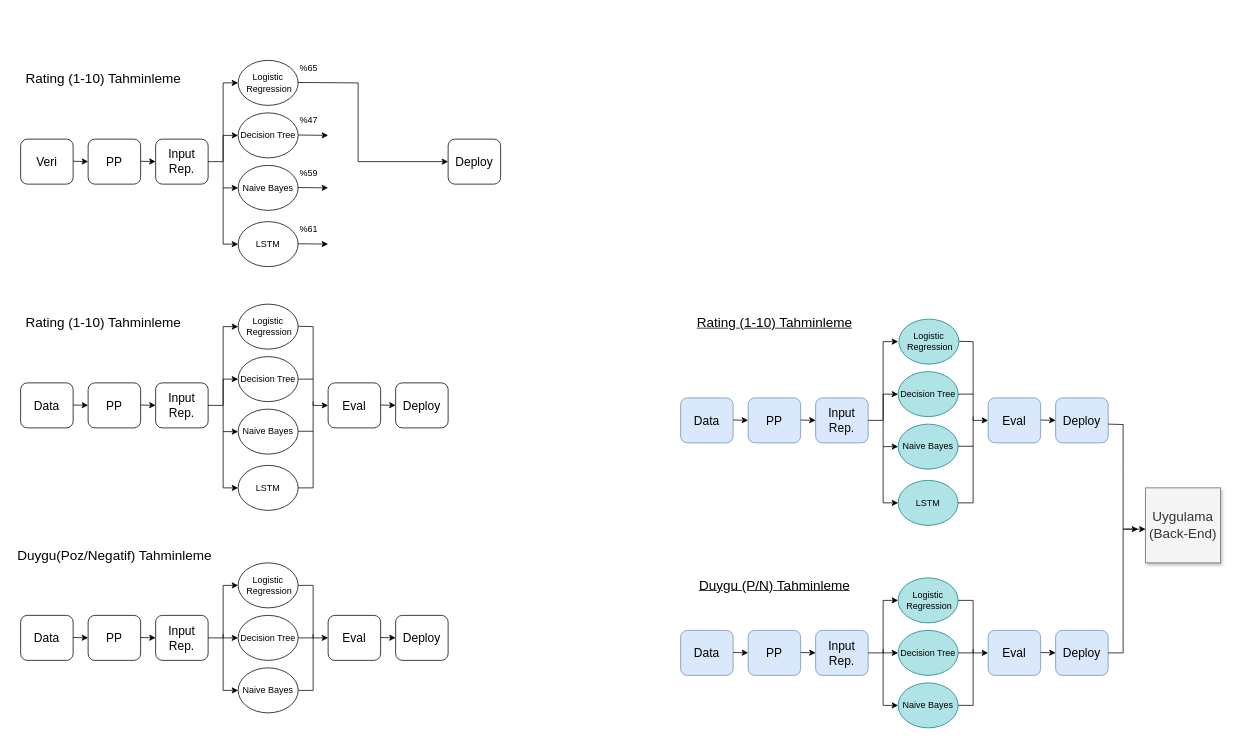
This is gradProjectProcesses.drawio from EgehanEralp/diagrams, a draw.io file, before an edit. Source tidied: cells renumbered, new cells numbered last; positions are measured from the earlier drawing's top-left corner, leaving out a move shared by most shapes. Both pictures are drawn from the tidied source at 75%, with x=0, y=0 at pixel (13, 60).
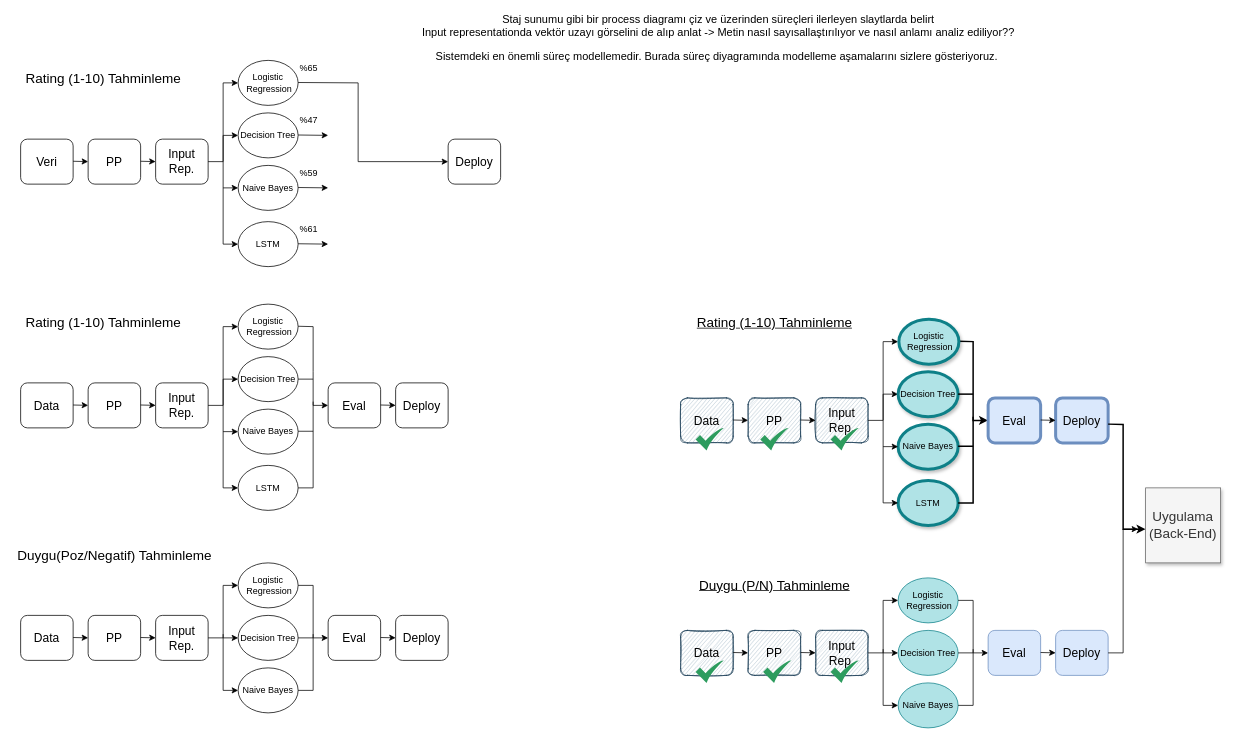
Above is the later version.

What changed in the source:
```diff
@@
-    <mxCell id="64" value="&lt;font size=&quot;3&quot;&gt;Data&lt;/font&gt;" style="rounded=1;whiteSpace=wrap;html=1;fillColor=#dae8fc;strokeColor=#6c8ebf;" parent="1" vertex="1">
+    <mxCell id="64" value="&lt;font size=&quot;3&quot;&gt;Data&lt;/font&gt;" style="rounded=1;whiteSpace=wrap;html=1;fillColor=#bac8d3;sketch=1;strokeColor=#23445d;" parent="1" vertex="1">
       <mxGeometry x="890" y="450" width="70" height="60" as="geometry" />
     </mxCell>
-    <mxCell id="65" value="&lt;font size=&quot;3&quot;&gt;PP&lt;/font&gt;" style="rounded=1;whiteSpace=wrap;html=1;fillColor=#dae8fc;strokeColor=#6c8ebf;" parent="1" vertex="1">
+    <mxCell id="65" value="&lt;font size=&quot;3&quot;&gt;PP&lt;/font&gt;" style="rounded=1;whiteSpace=wrap;html=1;fillColor=#bac8d3;strokeColor=#23445d;sketch=1;" parent="1" vertex="1">
       <mxGeometry x="980" y="450" width="70" height="60" as="geometry" />
     </mxCell>
-    <mxCell id="66" value="&lt;font size=&quot;3&quot;&gt;Input Rep.&lt;/font&gt;" style="rounded=1;whiteSpace=wrap;html=1;fillColor=#dae8fc;strokeColor=#6c8ebf;" parent="1" vertex="1">
+    <mxCell id="66" value="&lt;font size=&quot;3&quot;&gt;Input Rep.&lt;/font&gt;" style="rounded=1;whiteSpace=wrap;html=1;fillColor=#bac8d3;strokeColor=#23445d;shadow=0;sketch=1;" parent="1" vertex="1">
       <mxGeometry x="1070" y="450" width="70" height="60" as="geometry" />
     </mxCell>
@@
-    <mxCell id="71" value="Decision Tree" style="ellipse;whiteSpace=wrap;html=1;fillColor=#b0e3e6;strokeColor=#0e8088;" parent="1" vertex="1">
+    <mxCell id="71" value="Decision Tree" style="ellipse;whiteSpace=wrap;html=1;fillColor=#b0e3e6;strokeColor=#0e8088;shadow=1;strokeWidth=4;perimeterSpacing=0;" parent="1" vertex="1">
       <mxGeometry x="1180" y="415" width="80" height="60" as="geometry" />
     </mxCell>
-    <mxCell id="72" value="Naive Bayes" style="ellipse;whiteSpace=wrap;html=1;fillColor=#b0e3e6;strokeColor=#0e8088;" parent="1" vertex="1">
+    <mxCell id="72" value="Naive Bayes" style="ellipse;whiteSpace=wrap;html=1;fillColor=#b0e3e6;strokeColor=#0e8088;shadow=1;strokeWidth=4;perimeterSpacing=0;" parent="1" vertex="1">
       <mxGeometry x="1180" y="485" width="80" height="60" as="geometry" />
     </mxCell>
-    <mxCell id="73" value="LSTM" style="ellipse;whiteSpace=wrap;html=1;fillColor=#b0e3e6;strokeColor=#0e8088;" parent="1" vertex="1">
+    <mxCell id="73" value="LSTM" style="ellipse;whiteSpace=wrap;html=1;fillColor=#b0e3e6;strokeColor=#0e8088;shadow=1;strokeWidth=4;perimeterSpacing=0;" parent="1" vertex="1">
       <mxGeometry x="1180" y="560" width="80" height="60" as="geometry" />
     </mxCell>
@@
-    <mxCell id="77" style="endArrow=classic;html=1;exitX=1;exitY=0.5;exitDx=0;exitDy=0;entryX=0;entryY=0.5;entryDx=0;entryDy=0;rounded=0;" parent="1" edge="1" target="78">
+    <mxCell id="77" style="endArrow=classic;html=1;exitX=1;exitY=0.5;exitDx=0;exitDy=0;entryX=0;entryY=0.5;entryDx=0;entryDy=0;rounded=0;strokeWidth=2;" parent="1" edge="1" target="78">
       <mxGeometry relative="1" as="geometry">
         <mxPoint x="1260" y="374.5" as="sourcePoint" />
         <Array as="points">
           <mxPoint x="1280" y="375" />
           <mxPoint x="1280" y="435" />
           <mxPoint x="1280" y="480" />
         </Array>
       </mxGeometry>
     </mxCell>
-    <mxCell id="78" value="&lt;font size=&quot;3&quot;&gt;Eval&lt;/font&gt;" style="rounded=1;whiteSpace=wrap;html=1;fillColor=#dae8fc;strokeColor=#6c8ebf;" parent="1" vertex="1">
+    <mxCell id="78" value="&lt;font size=&quot;3&quot;&gt;Eval&lt;/font&gt;" style="rounded=1;whiteSpace=wrap;html=1;fillColor=#dae8fc;strokeColor=#6c8ebf;strokeWidth=4;" parent="1" vertex="1">
       <mxGeometry x="1300" y="450" width="70" height="60" as="geometry" />
     </mxCell>
-    <mxCell id="79" style="endArrow=none;html=1;exitX=1;exitY=0.5;exitDx=0;exitDy=0;" parent="1" edge="1" source="71">
+    <mxCell id="79" style="endArrow=none;html=1;exitX=1;exitY=0.5;exitDx=0;exitDy=0;strokeWidth=2;" parent="1" edge="1" source="71">
       <mxGeometry relative="1" as="geometry">
         <mxPoint x="1280" y="445" as="targetPoint" />
       </mxGeometry>
     </mxCell>
-    <mxCell id="80" style="endArrow=none;html=1;exitX=1;exitY=0.5;exitDx=0;exitDy=0;rounded=0;" parent="1" edge="1" source="73">
+    <mxCell id="80" style="endArrow=none;html=1;exitX=1;exitY=0.5;exitDx=0;exitDy=0;rounded=0;strokeWidth=2;" parent="1" edge="1" source="73">
       <mxGeometry relative="1" as="geometry">
         <mxPoint x="1280" y="475" as="targetPoint" />
         <Array as="points">
           <mxPoint x="1280" y="590" />
         </Array>
       </mxGeometry>
     </mxCell>
-    <mxCell id="81" style="endArrow=none;html=1;exitX=1;exitY=0.5;exitDx=0;exitDy=0;" parent="1" edge="1">
+    <mxCell id="81" style="endArrow=none;html=1;exitX=1;exitY=0.5;exitDx=0;exitDy=0;strokeWidth=2;" parent="1" edge="1">
       <mxGeometry relative="1" as="geometry">
         <mxPoint x="1260" y="514.5" as="sourcePoint" />
         <mxPoint x="1280" y="514.5" as="targetPoint" />
       </mxGeometry>
     </mxCell>
-    <mxCell id="82" value="&lt;font size=&quot;3&quot;&gt;Deploy&lt;/font&gt;" style="rounded=1;whiteSpace=wrap;html=1;fillColor=#dae8fc;strokeColor=#6c8ebf;" parent="1" vertex="1">
+    <mxCell id="82" value="&lt;font size=&quot;3&quot;&gt;Deploy&lt;/font&gt;" style="rounded=1;whiteSpace=wrap;html=1;fillColor=#dae8fc;strokeColor=#6c8ebf;strokeWidth=4;" parent="1" vertex="1">
       <mxGeometry x="1390" y="450" width="70" height="60" as="geometry" />
     </mxCell>
@@
-    <mxCell id="84" value="&lt;font size=&quot;3&quot;&gt;Data&lt;/font&gt;" style="rounded=1;whiteSpace=wrap;html=1;fillColor=#dae8fc;strokeColor=#6c8ebf;" parent="1" vertex="1">
+    <mxCell id="84" value="&lt;font size=&quot;3&quot;&gt;Data&lt;/font&gt;" style="rounded=1;whiteSpace=wrap;html=1;fillColor=#bac8d3;strokeColor=#23445d;shadow=0;sketch=1;" parent="1" vertex="1">
       <mxGeometry x="890" y="760" width="70" height="60" as="geometry" />
     </mxCell>
-    <mxCell id="85" value="&lt;font size=&quot;3&quot;&gt;PP&lt;/font&gt;" style="rounded=1;whiteSpace=wrap;html=1;fillColor=#dae8fc;strokeColor=#6c8ebf;" parent="1" vertex="1">
+    <mxCell id="85" value="&lt;font size=&quot;3&quot;&gt;PP&lt;/font&gt;" style="rounded=1;whiteSpace=wrap;html=1;fillColor=#bac8d3;strokeColor=#23445d;shadow=0;sketch=1;" parent="1" vertex="1">
       <mxGeometry x="980" y="760" width="70" height="60" as="geometry" />
     </mxCell>
-    <mxCell id="86" value="&lt;font size=&quot;3&quot;&gt;Input Rep.&lt;/font&gt;" style="rounded=1;whiteSpace=wrap;html=1;fillColor=#dae8fc;strokeColor=#6c8ebf;" parent="1" vertex="1">
+    <mxCell id="86" value="&lt;font size=&quot;3&quot;&gt;Input Rep.&lt;/font&gt;" style="rounded=1;whiteSpace=wrap;html=1;fillColor=#bac8d3;strokeColor=#23445d;shadow=0;sketch=1;" parent="1" vertex="1">
       <mxGeometry x="1070" y="760" width="70" height="60" as="geometry" />
     </mxCell>
@@
-    <mxCell id="102" value="Logistic &amp;nbsp;Regression" style="ellipse;whiteSpace=wrap;html=1;fillColor=#b0e3e6;strokeColor=#0e8088;" parent="1" vertex="1">
+    <mxCell id="102" value="Logistic &amp;nbsp;Regression" style="ellipse;whiteSpace=wrap;html=1;fillColor=#b0e3e6;strokeColor=#0e8088;shadow=1;strokeWidth=4;perimeterSpacing=0;" parent="1" vertex="1">
       <mxGeometry x="1181" y="345" width="80" height="60" as="geometry" />
     </mxCell>
-    <mxCell id="103" style="endArrow=classic;html=1;exitX=1;exitY=0.5;exitDx=0;exitDy=0;rounded=0;" parent="1" edge="1">
+    <mxCell id="103" style="endArrow=classic;html=1;exitX=1;exitY=0.5;exitDx=0;exitDy=0;rounded=0;strokeWidth=2;" parent="1" edge="1">
       <mxGeometry relative="1" as="geometry">
         <mxPoint x="1460" y="485" as="sourcePoint" />
         <mxPoint x="1510" y="625" as="targetPoint" />
         <Array as="points">
           <mxPoint x="1480" y="485.5" />
           <mxPoint x="1480" y="545.5" />
           <mxPoint x="1480" y="625" />
         </Array>
       </mxGeometry>
     </mxCell>
@@
+    <mxCell id="106" value="&lt;span id=&quot;docs-internal-guid-0cf493ed-7fff-a0dc-f9e0-30285afa0449&quot;&gt;&lt;p dir=&quot;ltr&quot; style=&quot;line-height: 1.2 ; margin-top: 0pt ; margin-bottom: 0pt&quot;&gt;&lt;span style=&quot;font-size: 11pt ; font-family: &amp;#34;arial&amp;#34; ; background-color: transparent ; vertical-align: baseline&quot;&gt;Staj sunumu gibi bir process diagramı çiz ve üzerinden süreçleri ilerleyen slaytlarda belirt&lt;/span&gt;&lt;/p&gt;&lt;p dir=&quot;ltr&quot; style=&quot;line-height: 1.2 ; margin-top: 0pt ; margin-bottom: 0pt&quot;&gt;&lt;span style=&quot;font-size: 11pt ; font-family: &amp;#34;arial&amp;#34; ; background-color: transparent ; vertical-align: baseline&quot;&gt;Input representationda vektör uzayı görselini de alıp anlat -&amp;gt; Metin nasıl sayısallaştırılıyor ve nasıl anlamı analiz ediliyor??&lt;/span&gt;&lt;/p&gt;&lt;br&gt;&lt;p dir=&quot;ltr&quot; style=&quot;line-height: 1.2 ; margin-top: 0pt ; margin-bottom: 0pt&quot;&gt;&lt;span style=&quot;font-size: 11pt ; font-family: &amp;#34;arial&amp;#34; ; background-color: transparent ; vertical-align: baseline&quot;&gt;Sistemdeki en önemli süreç modellemedir. Burada süreç diyagramında modelleme aşamalarını sizlere gösteriyoruz.&amp;nbsp;&lt;/span&gt;&lt;/p&gt;&lt;br&gt;&lt;br&gt;&lt;/span&gt;" style="text;html=1;align=center;verticalAlign=middle;strokeColor=none;" parent="1" vertex="1">
+      <mxGeometry x="550" y="-60" width="780" height="90" as="geometry" />
+    </mxCell>
+    <mxCell id="107" style="html=1;strokeColor=none;shadow=0;align=center;verticalAlign=top;fillColor=#2D9C5E;shape=mxgraph.gcp2.check;rounded=0;glass=0;sketch=0;" parent="1" vertex="1">
+      <mxGeometry x="910" y="490" width="37.5" height="30" as="geometry" />
+    </mxCell>
+    <mxCell id="108" style="html=1;strokeColor=none;shadow=0;align=center;verticalAlign=top;fillColor=#2D9C5E;shape=mxgraph.gcp2.check;rounded=0;glass=0;sketch=0;" parent="1" vertex="1">
+      <mxGeometry x="1090" y="800" width="37.5" height="30" as="geometry" />
+    </mxCell>
+    <mxCell id="109" style="html=1;strokeColor=none;shadow=0;align=center;verticalAlign=top;fillColor=#2D9C5E;shape=mxgraph.gcp2.check;rounded=0;glass=0;sketch=0;" parent="1" vertex="1">
+      <mxGeometry x="1000" y="800" width="37.5" height="30" as="geometry" />
+    </mxCell>
+    <mxCell id="110" style="html=1;strokeColor=none;shadow=0;align=center;verticalAlign=top;fillColor=#2D9C5E;shape=mxgraph.gcp2.check;rounded=0;glass=0;sketch=0;" parent="1" vertex="1">
+      <mxGeometry x="910" y="800" width="37.5" height="30" as="geometry" />
+    </mxCell>
+    <mxCell id="111" style="html=1;strokeColor=none;shadow=0;align=center;verticalAlign=top;fillColor=#2D9C5E;shape=mxgraph.gcp2.check;rounded=0;glass=0;sketch=0;" parent="1" vertex="1">
+      <mxGeometry x="996.2" y="490" width="37.5" height="30" as="geometry" />
+    </mxCell>
+    <mxCell id="112" style="html=1;strokeColor=none;shadow=0;align=center;verticalAlign=top;fillColor=#2D9C5E;shape=mxgraph.gcp2.check;rounded=0;glass=0;sketch=0;" parent="1" vertex="1">
+      <mxGeometry x="1090" y="490" width="37.5" height="30" as="geometry" />
+    </mxCell>
```
